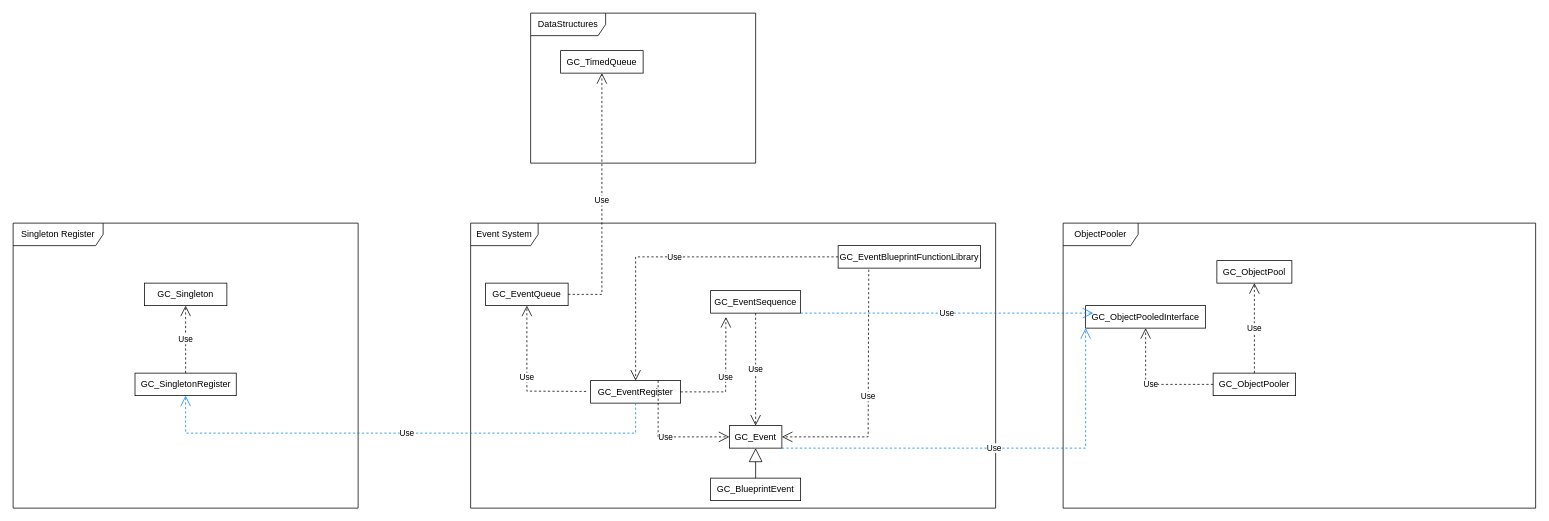
This is Docs/GenericClassesDependencies.drawio from marckiarck/CumpleJuan, a draw.io file, before an edit. Source tidied: cells renumbered, new cells numbered last; positions are measured from the earlier drawing's top-left corner, leaving out a move shared by most shapes. Both pictures are drawn from the tidied source at 75%, with x=0, y=0 at pixel (13, 13).
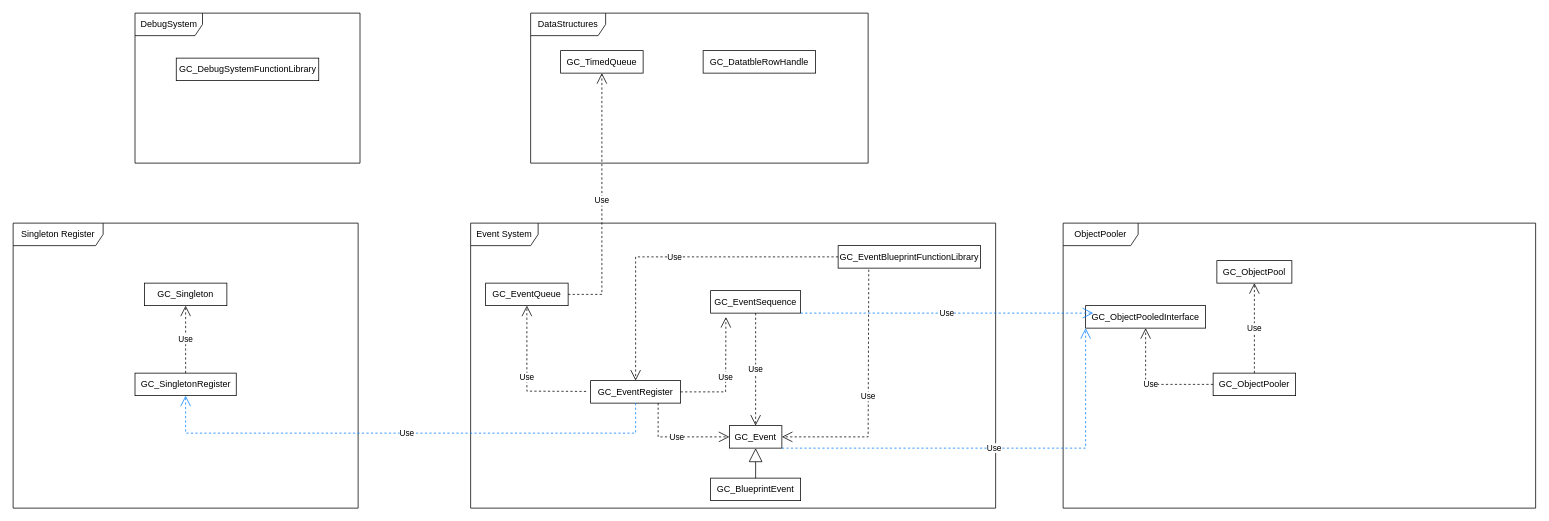
After the change.

Commit message (it also covers changes not shown here):
Added aditional data

Unchanged cells that the change refers to:
```xml
<mxCell id="3" value="GC_Event" style="html=1;whiteSpace=wrap;" parent="1" vertex="1">
  <mxGeometry x="955" y="550" width="70" height="30" as="geometry" />
</mxCell>
<mxCell id="9" value="GC_EventRegister" style="html=1;whiteSpace=wrap;" parent="1" vertex="1">
  <mxGeometry x="770" y="490" width="120" height="30" as="geometry" />
</mxCell>
```

The edit, as a diff of the source:
```diff
@@
-    <mxCell id="13" value="Use" style="endArrow=open;endSize=12;dashed=1;html=1;rounded=0;entryX=0;entryY=0.5;entryDx=0;entryDy=0;exitX=0.75;exitY=0;exitDx=0;exitDy=0;" parent="1" edge="1" source="9" target="3">
+    <mxCell id="13" value="Use" style="endArrow=open;endSize=12;dashed=1;html=1;rounded=0;entryX=0;entryY=0.5;entryDx=0;entryDy=0;exitX=0.75;exitY=1;exitDx=0;exitDy=0;" parent="1" edge="1" source="9" target="3">
       <mxGeometry relative="1" as="geometry">
         <Array as="points">
           <mxPoint x="860" y="565" />
         </Array>
       </mxGeometry>
     </mxCell>
@@
     <mxCell id="16" value="DataStructures" style="shape=umlFrame;whiteSpace=wrap;html=1;width=100;height=30;" parent="1" vertex="1">
-      <mxGeometry x="690" width="300" height="200" as="geometry" />
+      <mxGeometry x="690" width="450" height="200" as="geometry" />
     </mxCell>
@@
+    <mxCell id="32" value="GC_DatatbleRowHandle" style="html=1;whiteSpace=wrap;" parent="1" vertex="1">
+      <mxGeometry x="920" y="50" width="150" height="30" as="geometry" />
+    </mxCell>
+    <mxCell id="33" value="DebugSystem" style="shape=umlFrame;whiteSpace=wrap;html=1;width=90;height=30;" parent="1" vertex="1">
+      <mxGeometry x="162.5" width="300" height="200" as="geometry" />
+    </mxCell>
+    <mxCell id="34" value="GC_DebugSystemFunctionLibrary" style="html=1;whiteSpace=wrap;" parent="1" vertex="1">
+      <mxGeometry x="217.5" y="60" width="190" height="30" as="geometry" />
+    </mxCell>
```
